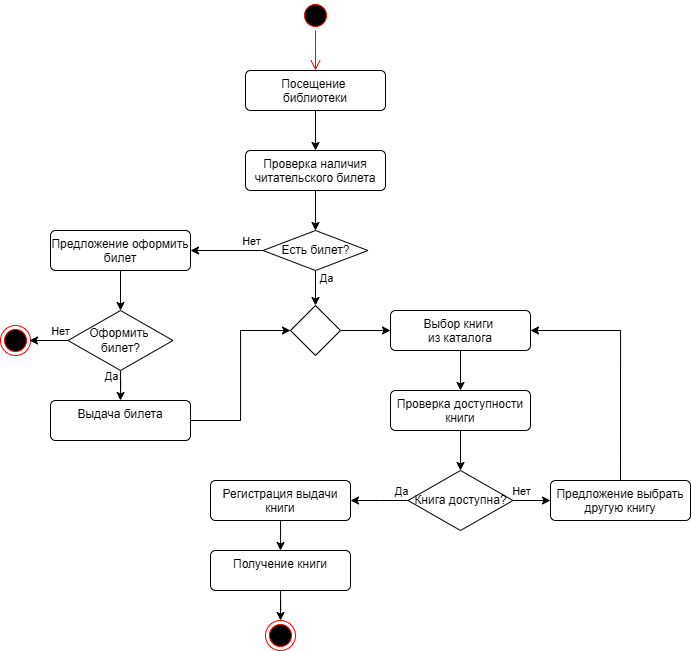
Above: practice13/Диаграмма деятельности.png in 0mn1sc1enIT/appdesignpatterns (draw.io), before the change. Source tidied: cells renumbered, new cells last; positions are measured from the earlier drawing's top-left corner, leaving out a move shared by most shapes. The source it was exported from:
```xml
<mxGraphModel>
  <root>
    <mxCell id="0" />
    <mxCell id="1" parent="0" />
    <mxCell id="2" style="ellipse;html=1;shape=startState;fillColor=#000000;strokeColor=#ff0000;" parent="1" vertex="1">
      <mxGeometry x="300" width="30" height="30" as="geometry" />
    </mxCell>
    <mxCell id="3" style="edgeStyle=orthogonalEdgeStyle;html=1;verticalAlign=bottom;endArrow=open;endSize=8;strokeColor=#ff0000;rounded=0;entryX=0.5;entryY=0;entryDx=0;entryDy=0;" parent="1" edge="1" source="2" target="5">
      <mxGeometry relative="1" as="geometry" />
    </mxCell>
    <mxCell id="4" style="edgeStyle=orthogonalEdgeStyle;rounded=0;jettySize=auto;html=1;entryX=0.5;entryY=0;entryDx=0;entryDy=0;" parent="1" edge="1" source="5" target="7">
      <mxGeometry relative="1" as="geometry" />
    </mxCell>
    <mxCell id="5" value="Посещение&amp;nbsp;&lt;div&gt;библиотеки&lt;/div&gt;" style="html=1;align=center;verticalAlign=top;rounded=1;absoluteArcSize=1;arcSize=10;dashed=0;whiteSpace=wrap;" parent="1" vertex="1">
      <mxGeometry x="245" y="70" width="140" height="40" as="geometry" />
    </mxCell>
    <mxCell id="6" style="edgeStyle=orthogonalEdgeStyle;rounded=0;jettySize=auto;html=1;entryX=0.5;entryY=0;entryDx=0;entryDy=0;" parent="1" edge="1" source="7" target="13">
      <mxGeometry relative="1" as="geometry" />
    </mxCell>
    <mxCell id="7" value="Проверка наличия читательского билета" style="html=1;align=center;verticalAlign=top;rounded=1;absoluteArcSize=1;arcSize=10;dashed=0;whiteSpace=wrap;" parent="1" vertex="1">
      <mxGeometry x="245" y="150" width="140" height="40" as="geometry" />
    </mxCell>
    <mxCell id="8" style="ellipse;html=1;shape=endState;fillColor=#000000;strokeColor=#ff0000;" parent="1" vertex="1">
      <mxGeometry y="325" width="30" height="30" as="geometry" />
    </mxCell>
    <mxCell id="9" style="edgeStyle=orthogonalEdgeStyle;rounded=0;jettySize=auto;html=1;entryX=0.5;entryY=0;entryDx=0;entryDy=0;" parent="1" edge="1" source="13" target="24">
      <mxGeometry relative="1" as="geometry" />
    </mxCell>
    <mxCell id="10" value="Да" style="edgeLabel;html=1;align=center;verticalAlign=middle;" parent="9" vertex="1">
      <mxGeometry x="-0.75" y="1" relative="1" as="geometry">
        <mxPoint x="9" y="2" as="offset" />
      </mxGeometry>
    </mxCell>
    <mxCell id="11" style="edgeStyle=orthogonalEdgeStyle;rounded=0;jettySize=auto;html=1;entryX=1;entryY=0.5;entryDx=0;entryDy=0;" parent="1" edge="1" source="13" target="15">
      <mxGeometry relative="1" as="geometry" />
    </mxCell>
    <mxCell id="12" value="Нет" style="edgeLabel;html=1;align=center;verticalAlign=middle;" parent="11" vertex="1">
      <mxGeometry x="-0.68" y="1" relative="1" as="geometry">
        <mxPoint y="-11" as="offset" />
      </mxGeometry>
    </mxCell>
    <mxCell id="13" value="Есть билет?" style="rhombus;whiteSpace=wrap;html=1;" parent="1" vertex="1">
      <mxGeometry x="262.5" y="230" width="105" height="40" as="geometry" />
    </mxCell>
    <mxCell id="14" style="edgeStyle=orthogonalEdgeStyle;rounded=0;jettySize=auto;html=1;entryX=0.5;entryY=0;entryDx=0;entryDy=0;" parent="1" edge="1" source="15" target="22">
      <mxGeometry relative="1" as="geometry" />
    </mxCell>
    <mxCell id="15" value="Предложение оформить билет" style="html=1;align=center;verticalAlign=top;rounded=1;absoluteArcSize=1;arcSize=10;dashed=0;whiteSpace=wrap;" parent="1" vertex="1">
      <mxGeometry x="50" y="230" width="140" height="40" as="geometry" />
    </mxCell>
    <mxCell id="16" style="edgeStyle=orthogonalEdgeStyle;rounded=0;jettySize=auto;html=1;entryX=0;entryY=0.5;entryDx=0;entryDy=0;" parent="1" edge="1" source="17" target="24">
      <mxGeometry relative="1" as="geometry" />
    </mxCell>
    <mxCell id="17" value="Выдача билета" style="html=1;align=center;verticalAlign=top;rounded=1;absoluteArcSize=1;arcSize=10;dashed=0;whiteSpace=wrap;" parent="1" vertex="1">
      <mxGeometry x="50" y="400" width="140" height="40" as="geometry" />
    </mxCell>
    <mxCell id="18" style="edgeStyle=orthogonalEdgeStyle;rounded=0;jettySize=auto;html=1;" parent="1" edge="1" source="22">
      <mxGeometry relative="1" as="geometry">
        <mxPoint x="29" y="340" as="targetPoint" />
      </mxGeometry>
    </mxCell>
    <mxCell id="19" value="Нет" style="edgeLabel;html=1;align=center;verticalAlign=middle;" parent="18" vertex="1">
      <mxGeometry x="-0.77" relative="1" as="geometry">
        <mxPoint x="-3" y="-10" as="offset" />
      </mxGeometry>
    </mxCell>
    <mxCell id="20" style="edgeStyle=orthogonalEdgeStyle;rounded=0;jettySize=auto;html=1;entryX=0.5;entryY=0;entryDx=0;entryDy=0;" parent="1" edge="1" source="22" target="17">
      <mxGeometry relative="1" as="geometry" />
    </mxCell>
    <mxCell id="21" value="Да" style="edgeLabel;html=1;align=center;verticalAlign=middle;" parent="20" vertex="1">
      <mxGeometry x="-0.75" y="1" relative="1" as="geometry">
        <mxPoint x="-11" as="offset" />
      </mxGeometry>
    </mxCell>
    <mxCell id="22" value="Оформить&amp;nbsp;&lt;div&gt;билет?&lt;/div&gt;" style="rhombus;whiteSpace=wrap;html=1;" parent="1" vertex="1">
      <mxGeometry x="67.5" y="310" width="105" height="60" as="geometry" />
    </mxCell>
    <mxCell id="23" style="edgeStyle=orthogonalEdgeStyle;rounded=0;jettySize=auto;html=1;entryX=0;entryY=0.5;entryDx=0;entryDy=0;" parent="1" edge="1" source="24" target="26">
      <mxGeometry relative="1" as="geometry" />
    </mxCell>
    <mxCell id="24" style="rhombus;whiteSpace=wrap;html=1;" parent="1" vertex="1">
      <mxGeometry x="290" y="305" width="50" height="50" as="geometry" />
    </mxCell>
    <mxCell id="25" style="edgeStyle=orthogonalEdgeStyle;rounded=0;jettySize=auto;html=1;entryX=0.5;entryY=0;entryDx=0;entryDy=0;" parent="1" edge="1" source="26" target="28">
      <mxGeometry relative="1" as="geometry" />
    </mxCell>
    <mxCell id="26" value="Выбор книги&amp;nbsp;&lt;div&gt;из каталога&lt;/div&gt;" style="html=1;align=center;verticalAlign=top;rounded=1;absoluteArcSize=1;arcSize=10;dashed=0;whiteSpace=wrap;" parent="1" vertex="1">
      <mxGeometry x="390" y="310" width="140" height="40" as="geometry" />
    </mxCell>
    <mxCell id="27" style="edgeStyle=orthogonalEdgeStyle;rounded=0;jettySize=auto;html=1;entryX=0.5;entryY=0;entryDx=0;entryDy=0;" parent="1" edge="1" source="28" target="35">
      <mxGeometry relative="1" as="geometry" />
    </mxCell>
    <mxCell id="28" value="Проверка доступности книги" style="html=1;align=center;verticalAlign=top;rounded=1;absoluteArcSize=1;arcSize=10;dashed=0;whiteSpace=wrap;" parent="1" vertex="1">
      <mxGeometry x="390" y="390" width="140" height="40" as="geometry" />
    </mxCell>
    <mxCell id="29" style="edgeStyle=orthogonalEdgeStyle;rounded=0;jettySize=auto;html=1;" parent="1" edge="1" source="30">
      <mxGeometry relative="1" as="geometry">
        <mxPoint x="280" y="550" as="targetPoint" />
      </mxGeometry>
    </mxCell>
    <mxCell id="30" value="Регистрация выдачи книги" style="html=1;align=center;verticalAlign=top;rounded=1;absoluteArcSize=1;arcSize=10;dashed=0;whiteSpace=wrap;" parent="1" vertex="1">
      <mxGeometry x="210" y="480" width="140" height="40" as="geometry" />
    </mxCell>
    <mxCell id="31" style="edgeStyle=orthogonalEdgeStyle;rounded=0;jettySize=auto;html=1;" parent="1" edge="1" source="35">
      <mxGeometry relative="1" as="geometry">
        <mxPoint x="350" y="500" as="targetPoint" />
      </mxGeometry>
    </mxCell>
    <mxCell id="32" value="Да" style="edgeLabel;html=1;align=center;verticalAlign=middle;" parent="31" vertex="1">
      <mxGeometry x="-0.34" y="1" relative="1" as="geometry">
        <mxPoint x="12" y="-11" as="offset" />
      </mxGeometry>
    </mxCell>
    <mxCell id="33" style="edgeStyle=orthogonalEdgeStyle;rounded=0;jettySize=auto;html=1;" parent="1" edge="1" source="35">
      <mxGeometry relative="1" as="geometry">
        <mxPoint x="550" y="500" as="targetPoint" />
      </mxGeometry>
    </mxCell>
    <mxCell id="34" value="Нет" style="edgeLabel;html=1;align=center;verticalAlign=middle;" parent="33" vertex="1">
      <mxGeometry x="0.12" y="-2" relative="1" as="geometry">
        <mxPoint x="-13" y="-12" as="offset" />
      </mxGeometry>
    </mxCell>
    <mxCell id="35" value="Книга доступна?" style="rhombus;whiteSpace=wrap;html=1;" parent="1" vertex="1">
      <mxGeometry x="407.5" y="470" width="105" height="60" as="geometry" />
    </mxCell>
    <mxCell id="36" style="edgeStyle=orthogonalEdgeStyle;rounded=0;jettySize=auto;html=1;entryX=1;entryY=0.5;entryDx=0;entryDy=0;exitX=0.5;exitY=0;exitDx=0;exitDy=0;" parent="1" edge="1" source="37" target="26">
      <mxGeometry relative="1" as="geometry" />
    </mxCell>
    <mxCell id="37" value="Предложение выбрать другую книгу" style="html=1;align=center;verticalAlign=top;rounded=1;absoluteArcSize=1;arcSize=10;dashed=0;whiteSpace=wrap;" parent="1" vertex="1">
      <mxGeometry x="550" y="480" width="140" height="40" as="geometry" />
    </mxCell>
    <mxCell id="38" style="edgeStyle=orthogonalEdgeStyle;rounded=0;jettySize=auto;html=1;entryX=0.5;entryY=0;entryDx=0;entryDy=0;" parent="1" edge="1" source="39" target="40">
      <mxGeometry relative="1" as="geometry" />
    </mxCell>
    <mxCell id="39" value="Получение книги" style="html=1;align=center;verticalAlign=top;rounded=1;absoluteArcSize=1;arcSize=10;dashed=0;whiteSpace=wrap;" parent="1" vertex="1">
      <mxGeometry x="210" y="550" width="140" height="40" as="geometry" />
    </mxCell>
    <mxCell id="40" style="ellipse;html=1;shape=endState;fillColor=#000000;strokeColor=#ff0000;" parent="1" vertex="1">
      <mxGeometry x="265" y="620" width="30" height="30" as="geometry" />
    </mxCell>
  </root>
</mxGraphModel>
```
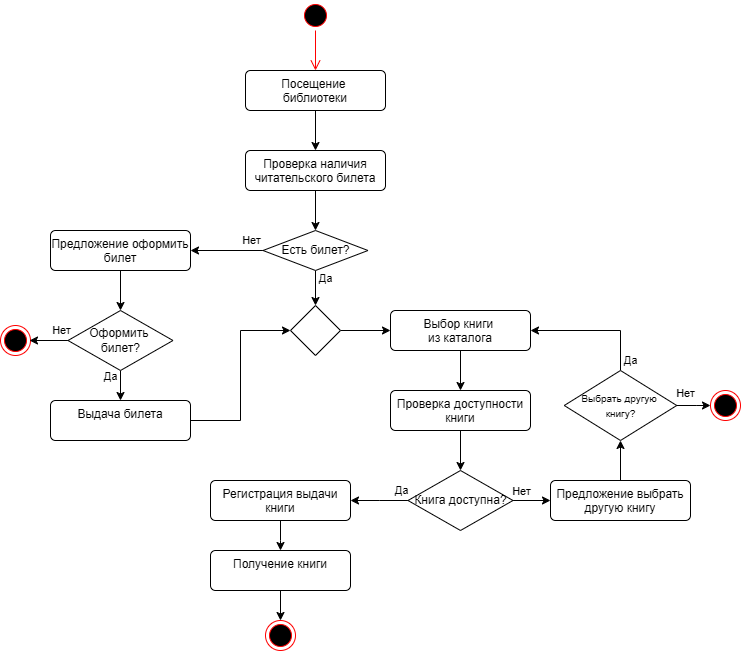
Above is the later version.

The edit, as a diff of the source:
```diff
@@ -124,9 +124,14 @@
     <mxCell id="35" value="Книга доступна?" style="rhombus;whiteSpace=wrap;html=1;" parent="1" vertex="1">
       <mxGeometry x="407.5" y="470" width="105" height="60" as="geometry" />
     </mxCell>
-    <mxCell id="36" style="edgeStyle=orthogonalEdgeStyle;rounded=0;jettySize=auto;html=1;entryX=1;entryY=0.5;entryDx=0;entryDy=0;exitX=0.5;exitY=0;exitDx=0;exitDy=0;" parent="1" edge="1" source="37" target="26">
+    <mxCell id="36" style="edgeStyle=orthogonalEdgeStyle;rounded=0;jettySize=auto;html=1;entryX=1;entryY=0.5;entryDx=0;entryDy=0;exitX=0.5;exitY=0;exitDx=0;exitDy=0;" parent="1" edge="1" source="45" target="26">
       <mxGeometry relative="1" as="geometry" />
     </mxCell>
+    <mxCell id="41" value="Да" style="edgeLabel;html=1;align=center;verticalAlign=middle;" parent="36" vertex="1">
+      <mxGeometry x="-0.79" y="-2" relative="1" as="geometry">
+        <mxPoint x="8" y="3" as="offset" />
+      </mxGeometry>
+    </mxCell>
     <mxCell id="37" value="Предложение выбрать другую книгу" style="html=1;align=center;verticalAlign=top;rounded=1;absoluteArcSize=1;arcSize=10;dashed=0;whiteSpace=wrap;" parent="1" vertex="1">
       <mxGeometry x="550" y="480" width="140" height="40" as="geometry" />
     </mxCell>
@@ -139,5 +144,24 @@
     <mxCell id="40" style="ellipse;html=1;shape=endState;fillColor=#000000;strokeColor=#ff0000;" parent="1" vertex="1">
       <mxGeometry x="265" y="620" width="30" height="30" as="geometry" />
     </mxCell>
+    <mxCell id="42" style="edgeStyle=orthogonalEdgeStyle;rounded=0;jettySize=auto;html=1;entryX=0.5;entryY=1;entryDx=0;entryDy=0;exitX=0.5;exitY=0;exitDx=0;exitDy=0;" parent="1" edge="1" source="37" target="45">
+      <mxGeometry relative="1" as="geometry" />
+    </mxCell>
+    <mxCell id="43" style="edgeStyle=orthogonalEdgeStyle;rounded=0;jettySize=auto;html=1;" parent="1" edge="1" source="45">
+      <mxGeometry relative="1" as="geometry">
+        <mxPoint x="710" y="405" as="targetPoint" />
+      </mxGeometry>
+    </mxCell>
+    <mxCell id="44" value="Нет" style="edgeLabel;html=1;align=center;verticalAlign=middle;" parent="43" vertex="1">
+      <mxGeometry x="-0.16" y="-2" relative="1" as="geometry">
+        <mxPoint x="-6" y="-14" as="offset" />
+      </mxGeometry>
+    </mxCell>
+    <mxCell id="45" value="&lt;font style=&quot;font-size: 10px;&quot;&gt;Выбрать другую&amp;nbsp;&lt;/font&gt;&lt;div&gt;&lt;font style=&quot;font-size: 10px;&quot;&gt;книгу?&lt;/font&gt;&lt;/div&gt;" style="rhombus;whiteSpace=wrap;html=1;" parent="1" vertex="1">
+      <mxGeometry x="563.8" y="370" width="112.5" height="70" as="geometry" />
+    </mxCell>
+    <mxCell id="46" style="ellipse;html=1;shape=endState;fillColor=#000000;strokeColor=#ff0000;" parent="1" vertex="1">
+      <mxGeometry x="710" y="390" width="30" height="30" as="geometry" />
+    </mxCell>
   </root>
 </mxGraphModel>
```
